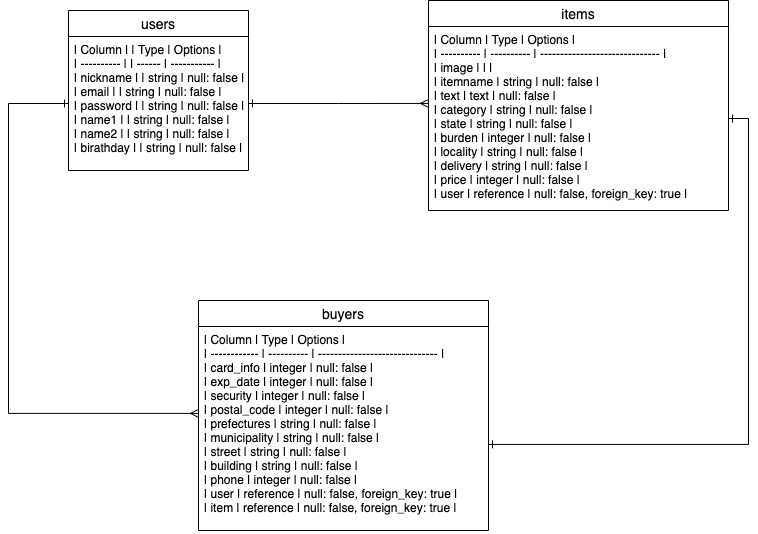
The draw.io diagram furima..drawio.png in aoi276/furima-34261, before a commit. Source tidied: cells renumbered, new cells last; positions are measured from the earlier drawing's top-left corner, leaving out a move shared by most shapes. Source of this version:
```xml
<mxGraphModel>
  <root>
    <mxCell id="0" />
    <mxCell id="1" parent="0" />
    <mxCell id="2" value="items" style="swimlane;fontStyle=0;horizontal=1;startSize=26;align=center;fontSize=14;" parent="1" vertex="1">
      <mxGeometry x="420" width="300" height="210" as="geometry" />
    </mxCell>
    <mxCell id="3" value="| Column     | Type       | Options                        |&#10;| ---------- | ---------- | ------------------------------ |&#10;| image      |            |                                | &#10;| itemname   | string     | null: false                    |&#10;| text       | text       | null: false                    |&#10;| category   | string     | null: false                    |&#10;| state      | string     | null: false                    |&#10;| burden     | integer    | null: false                    |&#10;| locality   | string     | null: false                    |&#10;| delivery   | string     | null: false                    |&#10;| price      | integer    | null: false                    |&#10;| user       | reference  | null: false, foreign_key: true |" style="text;strokeColor=none;fillColor=none;spacingLeft=4;spacingRight=4;overflow=hidden;points=[[0,0.5],[1,0.5]];portConstraint=eastwest;fontSize=12;" parent="2" vertex="1">
      <mxGeometry y="26" width="300" height="184" as="geometry" />
    </mxCell>
    <mxCell id="4" value="buyers" style="swimlane;fontStyle=0;horizontal=1;startSize=26;align=center;fontSize=14;" parent="1" vertex="1">
      <mxGeometry x="190" y="300" width="290" height="230" as="geometry" />
    </mxCell>
    <mxCell id="5" value="| Column       | Type       | Options                        |&#10;| ------------ | ---------- | ------------------------------ |&#10;| card_info    | integer    | null: false                    |&#10;| exp_date     | integer    | null: false                    |&#10;| security     | integer    | null: false                    | &#10;| postal_code  | integer    | null: false                    |&#10;| prefectures  | string     | null: false                    |&#10;| municipality | string     | null: false                    |&#10;| street       | string     | null: false                    |&#10;| building     | string     | null: false                    |&#10;| phone        | integer    | null: false                    |&#10;| user         | reference  | null: false, foreign_key: true |&#10;| item         | reference  | null: false, foreign_key: true |" style="text;strokeColor=none;fillColor=none;spacingLeft=4;spacingRight=4;overflow=hidden;points=[[0,0.5],[1,0.5]];portConstraint=eastwest;fontSize=12;" parent="4" vertex="1">
      <mxGeometry y="26" width="290" height="204" as="geometry" />
    </mxCell>
    <mxCell id="6" value="users" style="swimlane;fontStyle=0;horizontal=1;startSize=26;align=center;fontSize=14;" parent="1" vertex="1">
      <mxGeometry x="60" y="10" width="180" height="160" as="geometry" />
    </mxCell>
    <mxCell id="7" value="| Column     | | Type   | Options     |&#10;| ---------- | | ------ | ----------- |&#10;| nickname   | | string | null: false |&#10;| email      | | string | null: false |&#10;| password   | | string | null: false |&#10;| name1      | | string | null: false |&#10;| name2      | | string | null: false |&#10;| birathday  | | string | null: false |" style="text;strokeColor=none;fillColor=none;spacingLeft=4;spacingRight=4;overflow=hidden;points=[[0,0.5],[1,0.5]];portConstraint=eastwest;fontSize=12;" parent="6" vertex="1">
      <mxGeometry y="26" width="180" height="134" as="geometry" />
    </mxCell>
    <mxCell id="8" style="edgeStyle=orthogonalEdgeStyle;rounded=0;jettySize=auto;html=1;exitX=1;exitY=0.5;exitDx=0;exitDy=0;endArrow=ERmany;endFill=0;targetPerimeterSpacing=0;jumpSize=30;startArrow=ERone;startFill=0;entryX=0;entryY=0.418;entryDx=0;entryDy=0;entryPerimeter=0;" parent="1" edge="1" source="7" target="3">
      <mxGeometry relative="1" as="geometry" />
    </mxCell>
    <mxCell id="9" style="edgeStyle=orthogonalEdgeStyle;rounded=0;jumpSize=30;jettySize=auto;html=1;startArrow=ERone;startFill=0;endArrow=ERmany;endFill=0;targetPerimeterSpacing=0;exitX=0;exitY=0.5;exitDx=0;exitDy=0;entryX=0;entryY=0.426;entryDx=0;entryDy=0;entryPerimeter=0;" parent="1" edge="1" source="7" target="5">
      <mxGeometry relative="1" as="geometry">
        <Array as="points">
          <mxPoint y="103" />
          <mxPoint y="413" />
        </Array>
      </mxGeometry>
    </mxCell>
    <mxCell id="10" style="edgeStyle=orthogonalEdgeStyle;rounded=0;jumpSize=30;jettySize=auto;html=1;exitX=1;exitY=0.5;exitDx=0;exitDy=0;entryX=1;entryY=0.578;entryDx=0;entryDy=0;entryPerimeter=0;startArrow=ERone;startFill=0;endArrow=ERone;endFill=0;targetPerimeterSpacing=0;" parent="1" edge="1" source="3" target="5">
      <mxGeometry relative="1" as="geometry" />
    </mxCell>
  </root>
</mxGraphModel>
```
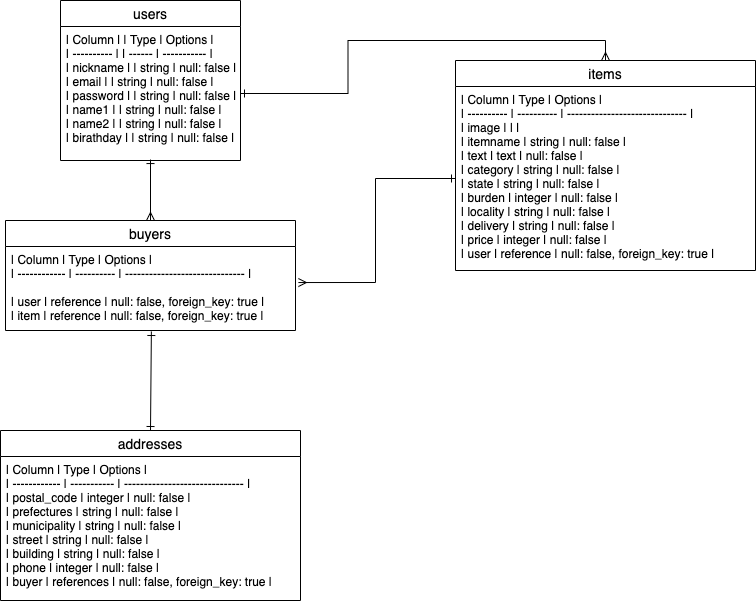
After the change.

Commit message:
テーブル設計作成2

The edit, as a diff of the source:
```diff
@@ -2,36 +2,40 @@
   <root>
     <mxCell id="0" />
     <mxCell id="1" parent="0" />
+    <mxCell id="11" style="edgeStyle=orthogonalEdgeStyle;rounded=0;jumpSize=30;jettySize=auto;html=1;exitX=0.5;exitY=0;exitDx=0;exitDy=0;entryX=1;entryY=0.5;entryDx=0;entryDy=0;startArrow=ERmany;startFill=0;endArrow=ERone;endFill=0;targetPerimeterSpacing=0;" parent="1" edge="1" source="2" target="7">
+      <mxGeometry relative="1" as="geometry" />
+    </mxCell>
     <mxCell id="2" value="items" style="swimlane;fontStyle=0;horizontal=1;startSize=26;align=center;fontSize=14;" parent="1" vertex="1">
-      <mxGeometry x="420" width="300" height="210" as="geometry" />
+      <mxGeometry x="470" y="50" width="300" height="210" as="geometry" />
     </mxCell>
     <mxCell id="3" value="| Column     | Type       | Options                        |&#10;| ---------- | ---------- | ------------------------------ |&#10;| image      |            |                                | &#10;| itemname   | string     | null: false                    |&#10;| text       | text       | null: false                    |&#10;| category   | string     | null: false                    |&#10;| state      | string     | null: false                    |&#10;| burden     | integer    | null: false                    |&#10;| locality   | string     | null: false                    |&#10;| delivery   | string     | null: false                    |&#10;| price      | integer    | null: false                    |&#10;| user       | reference  | null: false, foreign_key: true |" style="text;strokeColor=none;fillColor=none;spacingLeft=4;spacingRight=4;overflow=hidden;points=[[0,0.5],[1,0.5]];portConstraint=eastwest;fontSize=12;" parent="2" vertex="1">
       <mxGeometry y="26" width="300" height="184" as="geometry" />
     </mxCell>
     <mxCell id="4" value="buyers" style="swimlane;fontStyle=0;horizontal=1;startSize=26;align=center;fontSize=14;" parent="1" vertex="1">
-      <mxGeometry x="190" y="300" width="290" height="230" as="geometry" />
+      <mxGeometry x="20" y="210" width="290" height="110" as="geometry" />
     </mxCell>
-    <mxCell id="5" value="| Column       | Type       | Options                        |&#10;| ------------ | ---------- | ------------------------------ |&#10;| card_info    | integer    | null: false                    |&#10;| exp_date     | integer    | null: false                    |&#10;| security     | integer    | null: false                    | &#10;| postal_code  | integer    | null: false                    |&#10;| prefectures  | string     | null: false                    |&#10;| municipality | string     | null: false                    |&#10;| street       | string     | null: false                    |&#10;| building     | string     | null: false                    |&#10;| phone        | integer    | null: false                    |&#10;| user         | reference  | null: false, foreign_key: true |&#10;| item         | reference  | null: false, foreign_key: true |" style="text;strokeColor=none;fillColor=none;spacingLeft=4;spacingRight=4;overflow=hidden;points=[[0,0.5],[1,0.5]];portConstraint=eastwest;fontSize=12;" parent="4" vertex="1">
-      <mxGeometry y="26" width="290" height="204" as="geometry" />
+    <mxCell id="5" value="| Column       | Type       | Options                        |&#10;| ------------ | ---------- | ------------------------------ |&#10;&#10;| user         | reference  | null: false, foreign_key: true |&#10;| item         | reference  | null: false, foreign_key: true |" style="text;strokeColor=none;fillColor=none;spacingLeft=4;spacingRight=4;overflow=hidden;points=[[0,0.5],[1,0.5]];portConstraint=eastwest;fontSize=12;" parent="4" vertex="1">
+      <mxGeometry y="26" width="290" height="84" as="geometry" />
     </mxCell>
     <mxCell id="6" value="users" style="swimlane;fontStyle=0;horizontal=1;startSize=26;align=center;fontSize=14;" parent="1" vertex="1">
-      <mxGeometry x="60" y="10" width="180" height="160" as="geometry" />
+      <mxGeometry x="75" y="-10" width="180" height="160" as="geometry" />
     </mxCell>
     <mxCell id="7" value="| Column     | | Type   | Options     |&#10;| ---------- | | ------ | ----------- |&#10;| nickname   | | string | null: false |&#10;| email      | | string | null: false |&#10;| password   | | string | null: false |&#10;| name1      | | string | null: false |&#10;| name2      | | string | null: false |&#10;| birathday  | | string | null: false |" style="text;strokeColor=none;fillColor=none;spacingLeft=4;spacingRight=4;overflow=hidden;points=[[0,0.5],[1,0.5]];portConstraint=eastwest;fontSize=12;" parent="6" vertex="1">
       <mxGeometry y="26" width="180" height="134" as="geometry" />
     </mxCell>
-    <mxCell id="8" style="edgeStyle=orthogonalEdgeStyle;rounded=0;jettySize=auto;html=1;exitX=1;exitY=0.5;exitDx=0;exitDy=0;endArrow=ERmany;endFill=0;targetPerimeterSpacing=0;jumpSize=30;startArrow=ERone;startFill=0;entryX=0;entryY=0.418;entryDx=0;entryDy=0;entryPerimeter=0;" parent="1" edge="1" source="7" target="3">
-      <mxGeometry relative="1" as="geometry" />
-    </mxCell>
-    <mxCell id="9" style="edgeStyle=orthogonalEdgeStyle;rounded=0;jumpSize=30;jettySize=auto;html=1;startArrow=ERone;startFill=0;endArrow=ERmany;endFill=0;targetPerimeterSpacing=0;exitX=0;exitY=0.5;exitDx=0;exitDy=0;entryX=0;entryY=0.426;entryDx=0;entryDy=0;entryPerimeter=0;" parent="1" edge="1" source="7" target="5">
-      <mxGeometry relative="1" as="geometry">
-        <Array as="points">
-          <mxPoint y="103" />
-          <mxPoint y="413" />
-        </Array>
-      </mxGeometry>
-    </mxCell>
+    <mxCell id="12" value="addresses" style="swimlane;fontStyle=0;horizontal=1;startSize=26;align=center;fontSize=14;" parent="1" vertex="1">
+      <mxGeometry x="15" y="420" width="300" height="170" as="geometry" />
+    </mxCell>
+    <mxCell id="13" value="| Column       | Type        | Options                        |&#10;| ------------ | ----------- | ------------------------------ |&#10;| postal_code  | integer    | null: false                     |&#10;| prefectures  | string     | null: false                     |&#10;| municipality | string     | null: false                     |&#10;| street       | string     | null: false                     |&#10;| building     | string     | null: false                     |&#10;| phone        | integer    | null: false                     |&#10;| buyer        | references  | null: false, foreign_key: true |" style="text;strokeColor=none;fillColor=none;spacingLeft=4;spacingRight=4;overflow=hidden;fontSize=12;" parent="12" vertex="1">
+      <mxGeometry y="26" width="300" height="144" as="geometry" />
+    </mxCell>
+    <mxCell id="14" style="endArrow=ERone;html=1;rounded=0;entryX=0.5;entryY=0.993;entryDx=0;entryDy=0;entryPerimeter=0;exitX=0.5;exitY=0;exitDx=0;exitDy=0;startArrow=ERmany;startFill=0;endFill=0;" parent="1" edge="1" source="4" target="7">
+      <mxGeometry relative="1" as="geometry" />
+    </mxCell>
+    <mxCell id="15" style="endArrow=ERone;html=1;rounded=0;entryX=0.503;entryY=1.012;entryDx=0;entryDy=0;entryPerimeter=0;exitX=0.5;exitY=0;exitDx=0;exitDy=0;startArrow=ERone;startFill=0;endFill=0;" parent="1" edge="1" source="12" target="5">
+      <mxGeometry relative="1" as="geometry" />
+    </mxCell>
-    <mxCell id="10" style="edgeStyle=orthogonalEdgeStyle;rounded=0;jumpSize=30;jettySize=auto;html=1;exitX=1;exitY=0.5;exitDx=0;exitDy=0;entryX=1;entryY=0.578;entryDx=0;entryDy=0;entryPerimeter=0;startArrow=ERone;startFill=0;endArrow=ERone;endFill=0;targetPerimeterSpacing=0;" parent="1" edge="1" source="3" target="5">
+    <mxCell id="10" style="edgeStyle=orthogonalEdgeStyle;rounded=0;jumpSize=30;jettySize=auto;html=1;entryX=1.01;entryY=0.429;entryDx=0;entryDy=0;entryPerimeter=0;startArrow=ERone;startFill=0;endArrow=ERmany;endFill=0;targetPerimeterSpacing=0;" parent="1" edge="1" source="3" target="5">
       <mxGeometry relative="1" as="geometry" />
     </mxCell>
   </root>
```
